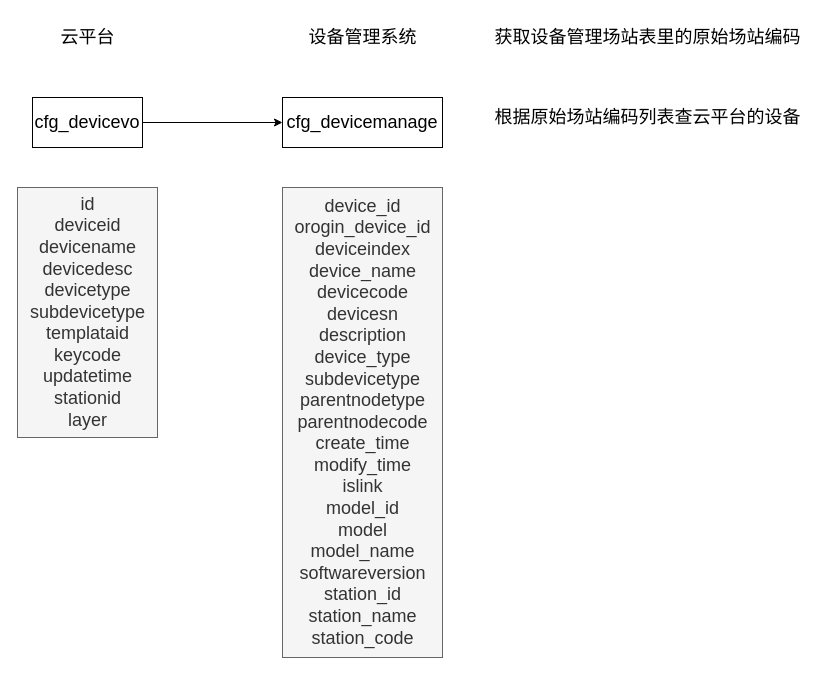
Earlier version of the draw.io diagram 2022.11/云平台设备转换.drawio (MxdGff/ImageStorge). Source tidied: cells renumbered, new cells numbered last; positions are measured from the earlier drawing's top-left corner, leaving out a move shared by most shapes. Both pictures are drawn from the tidied source at 100%, with x=0, y=0 at pixel (17, 17).
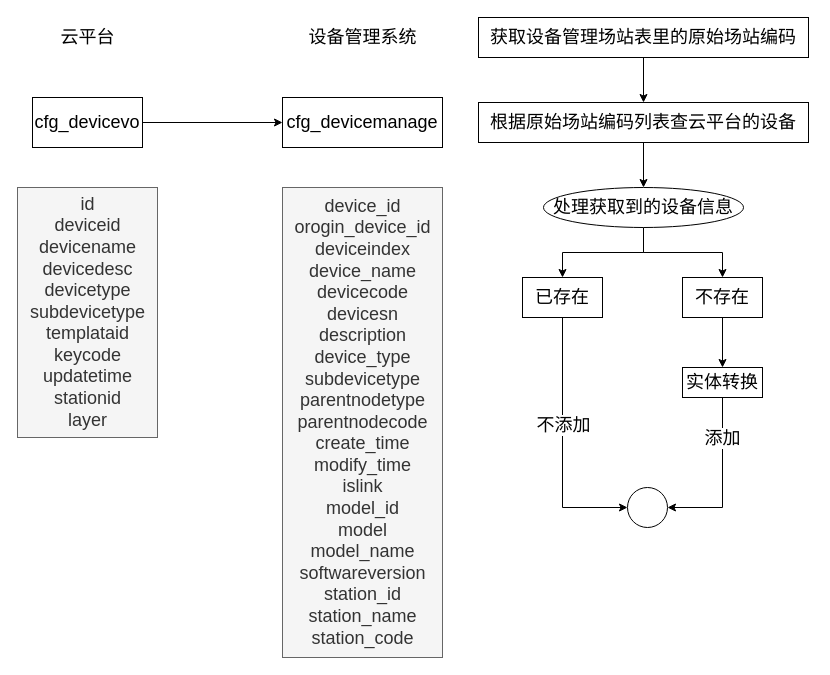
The same page after the edit.

Commit message:
更新云平台设备转换.drawio

The edit, as a diff of the source:
```diff
@@
+    <mxCell id="11" style="edgeStyle=orthogonalEdgeStyle;rounded=0;jettySize=auto;html=1;" parent="1" edge="1" source="9" target="10">
+      <mxGeometry relative="1" as="geometry" />
+    </mxCell>
-    <mxCell id="9" value="获取设备管理场站表里的原始场站编码" style="text;html=1;align=center;verticalAlign=middle;points=[];strokeColor=none;fillColor=none;fontSize=18;" parent="1" vertex="1">
-      <mxGeometry x="465" width="330" height="40" as="geometry" />
+    <mxCell id="9" value="&lt;font style=&quot;font-size: 18px;&quot;&gt;获取设备管理场站表里的原始场站编码&lt;/font&gt;" style="rounded=0;whiteSpace=wrap;html=1;" parent="1" vertex="1">
+      <mxGeometry x="461" width="330" height="40" as="geometry" />
     </mxCell>
+    <mxCell id="12" style="edgeStyle=orthogonalEdgeStyle;rounded=0;jettySize=auto;html=1;exitX=0.5;exitY=1;exitDx=0;exitDy=0;entryX=0.5;entryY=0;entryDx=0;entryDy=0;fontSize=18;" parent="1" edge="1" source="10" target="15">
+      <mxGeometry relative="1" as="geometry" />
+    </mxCell>
-    <mxCell id="10" value="&lt;font style=&quot;font-size: 18px;&quot;&gt;根据原始场站编码列表查云平台的设备&lt;/font&gt;" style="text;html=1;align=center;verticalAlign=middle;points=[];strokeColor=none;fillColor=none;" parent="1" vertex="1">
-      <mxGeometry x="465" y="80" width="330" height="40" as="geometry" />
+    <mxCell id="10" value="&lt;font style=&quot;font-size: 18px;&quot;&gt;根据原始场站编码列表查云平台的设备&lt;/font&gt;" style="rounded=0;whiteSpace=wrap;html=1;" parent="1" vertex="1">
+      <mxGeometry x="461" y="85" width="330" height="40" as="geometry" />
     </mxCell>
+    <mxCell id="13" style="edgeStyle=orthogonalEdgeStyle;rounded=0;jettySize=auto;html=1;exitX=0.5;exitY=1;exitDx=0;exitDy=0;entryX=0.5;entryY=0;entryDx=0;entryDy=0;fontSize=18;" parent="1" edge="1" source="15" target="18">
+      <mxGeometry relative="1" as="geometry" />
+    </mxCell>
+    <mxCell id="14" style="edgeStyle=orthogonalEdgeStyle;rounded=0;jettySize=auto;html=1;exitX=0.5;exitY=1;exitDx=0;exitDy=0;entryX=0.5;entryY=0;entryDx=0;entryDy=0;fontSize=18;" parent="1" edge="1" source="15" target="20">
+      <mxGeometry relative="1" as="geometry" />
+    </mxCell>
+    <mxCell id="15" value="&lt;font style=&quot;font-size: 18px;&quot;&gt;处理获取到的设备信息&lt;/font&gt;" style="ellipse;whiteSpace=wrap;html=1;fontSize=18;" parent="1" vertex="1">
+      <mxGeometry x="526" y="170" width="200" height="40" as="geometry" />
+    </mxCell>
+    <mxCell id="16" style="edgeStyle=orthogonalEdgeStyle;rounded=0;jettySize=auto;html=1;exitX=0.5;exitY=1;exitDx=0;exitDy=0;entryX=0;entryY=0.5;entryDx=0;entryDy=0;fontSize=18;" parent="1" edge="1" source="18" target="21">
+      <mxGeometry relative="1" as="geometry" />
+    </mxCell>
+    <mxCell id="17" value="不添加" style="edgeLabel;html=1;align=center;verticalAlign=middle;fontSize=18;" parent="16" vertex="1">
+      <mxGeometry x="-0.16" relative="1" as="geometry" />
+    </mxCell>
+    <mxCell id="18" value="&lt;span style=&quot;font-size: 18px;&quot;&gt;已存在&lt;/span&gt;" style="rounded=0;whiteSpace=wrap;html=1;" parent="1" vertex="1">
+      <mxGeometry x="505" y="260" width="80" height="40" as="geometry" />
+    </mxCell>
+    <mxCell id="19" style="edgeStyle=orthogonalEdgeStyle;rounded=0;jettySize=auto;html=1;exitX=0.5;exitY=1;exitDx=0;exitDy=0;fontSize=18;" parent="1" edge="1" source="20" target="24">
+      <mxGeometry relative="1" as="geometry" />
+    </mxCell>
+    <mxCell id="20" value="&lt;span style=&quot;font-size: 18px;&quot;&gt;不存在&lt;/span&gt;" style="rounded=0;whiteSpace=wrap;html=1;" parent="1" vertex="1">
+      <mxGeometry x="665" y="260" width="80" height="40" as="geometry" />
+    </mxCell>
+    <mxCell id="21" style="ellipse;whiteSpace=wrap;html=1;fontSize=18;" parent="1" vertex="1">
+      <mxGeometry x="610" y="470" width="40" height="40" as="geometry" />
+    </mxCell>
+    <mxCell id="22" style="edgeStyle=orthogonalEdgeStyle;rounded=0;jettySize=auto;html=1;exitX=0.5;exitY=1;exitDx=0;exitDy=0;entryX=1;entryY=0.5;entryDx=0;entryDy=0;fontSize=18;" parent="1" edge="1" source="24" target="21">
+      <mxGeometry relative="1" as="geometry" />
+    </mxCell>
+    <mxCell id="23" value="添加" style="edgeLabel;html=1;align=center;verticalAlign=middle;fontSize=18;" parent="22" vertex="1">
+      <mxGeometry x="-0.52" y="-1" relative="1" as="geometry" />
+    </mxCell>
+    <mxCell id="24" value="&lt;span style=&quot;font-size: 18px;&quot;&gt;实体转换&lt;/span&gt;" style="rounded=0;whiteSpace=wrap;html=1;" parent="1" vertex="1">
+      <mxGeometry x="665" y="350" width="80" height="30" as="geometry" />
+    </mxCell>
```
